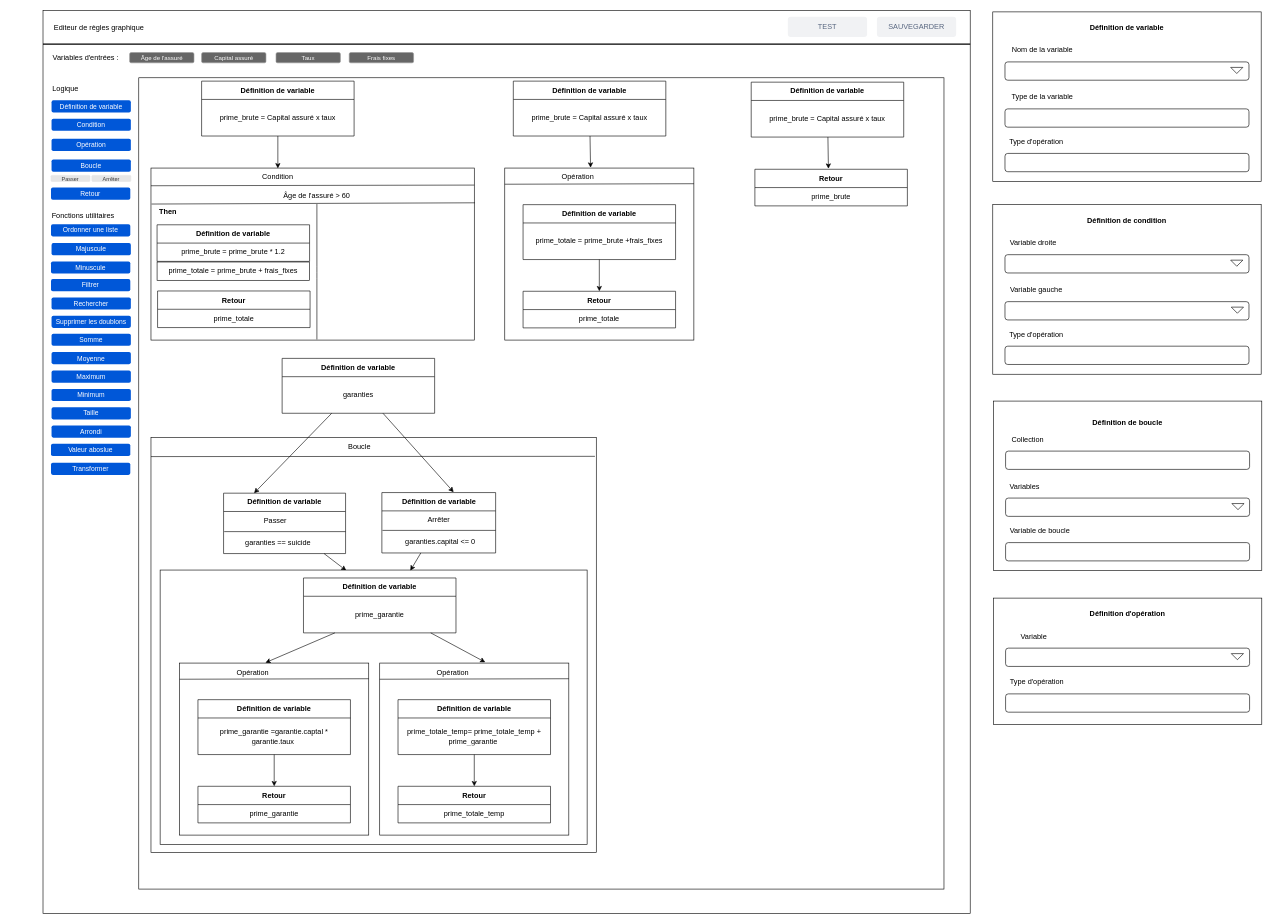
Earlier version of the draw.io diagram docs/cotation_rule_editor/cotation_rule_editor.drawio (Adinette/cotation-sa). Source tidied: cells renumbered, new cells numbered last; positions are measured from the earlier drawing's top-left corner, leaving out a move shared by most shapes. Both pictures are drawn from the tidied source at 61%, with x=0, y=0 at pixel (10, 10).
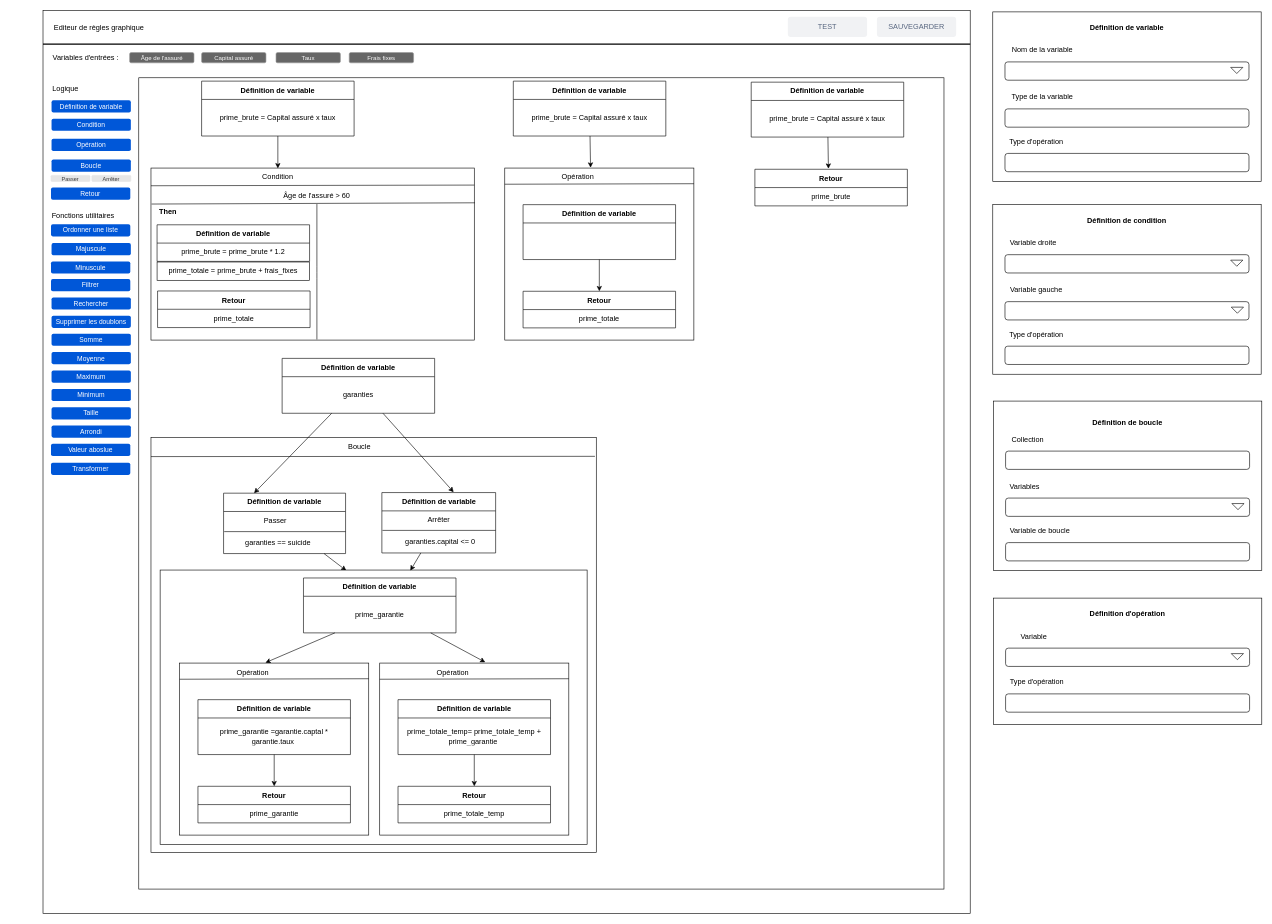
The same page after the edit.

The change refers to these unchanged cells:
```xml
<mxCell id="59" value="&lt;span style=&quot;color: rgb(0, 0, 0); font-weight: 700; text-wrap-mode: nowrap;&quot;&gt;Définition de variable&lt;/span&gt;" style="swimlane;fontStyle=0;horizontal=1;startSize=30;whiteSpace=wrap;html=1;" parent="1" vertex="1">
  <mxGeometry x="840" y="318" width="250" height="90" as="geometry" />
</mxCell>
```

Diff of the diagram source:
```diff
@@
-    <mxCell id="60" value="prime_totale =&amp;nbsp;&lt;span style=&quot;color: rgb(0, 0, 0);&quot;&gt;prime_brute&amp;nbsp;+&lt;/span&gt;frais_fixes" style="text;strokeColor=none;fillColor=none;align=center;verticalAlign=middle;spacingLeft=4;spacingRight=4;overflow=hidden;whiteSpace=wrap;html=1;" parent="59" vertex="1">
+    <mxCell id="60" value="&lt;br&gt;&lt;div&gt;&lt;br&gt;&lt;/div&gt;&lt;div&gt;&lt;br&gt;&lt;/div&gt;&lt;div&gt;&lt;br&gt;&lt;/div&gt;&lt;div&gt;&lt;br&gt;&lt;/div&gt;&lt;div&gt;&lt;br&gt;&lt;/div&gt;&lt;div&gt;&lt;br&gt;&lt;/div&gt;&lt;div&gt;&lt;br&gt;&lt;/div&gt;&lt;div&gt;&lt;br&gt;&lt;/div&gt;" style="text;strokeColor=none;fillColor=none;align=center;verticalAlign=middle;spacingLeft=4;spacingRight=4;overflow=hidden;whiteSpace=wrap;html=1;" parent="59" vertex="1">
       <mxGeometry y="30" width="250" height="60" as="geometry" />
     </mxCell>
```
